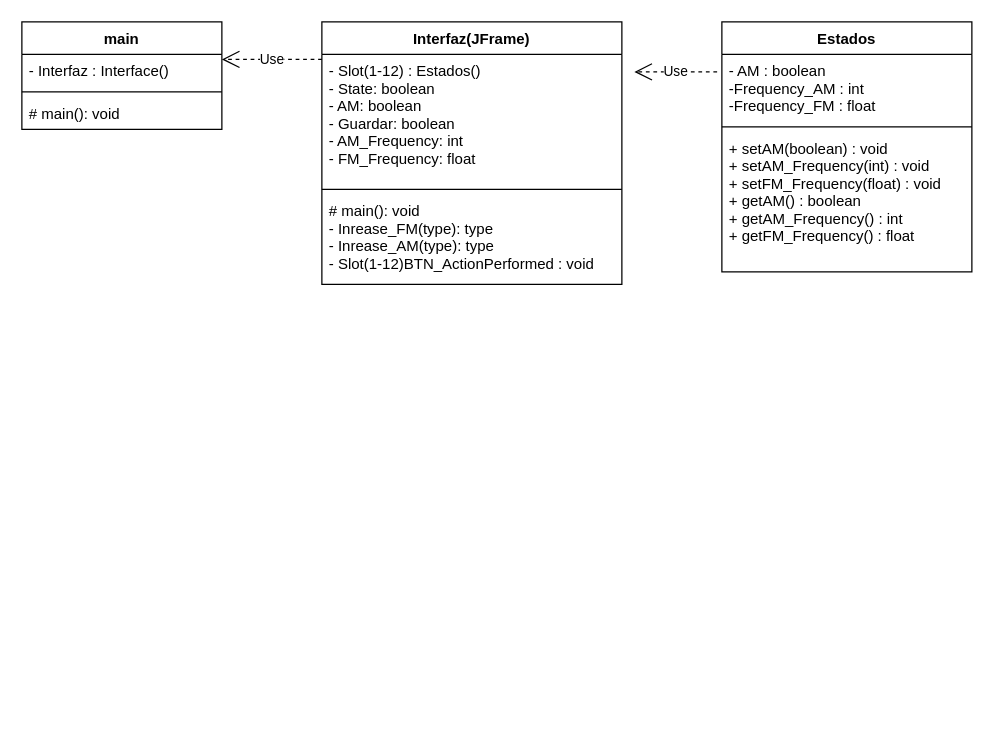
Above: UML.drawio in AleMar21430/Examen_OOP_ALM21430 (draw.io), before the change. Source tidied: cells renumbered, new cells numbered last; positions are measured from the earlier drawing's top-left corner, leaving out a move shared by most shapes. Both pictures are drawn from the tidied source at 125%, with x=0, y=0 at pixel (21, 21).
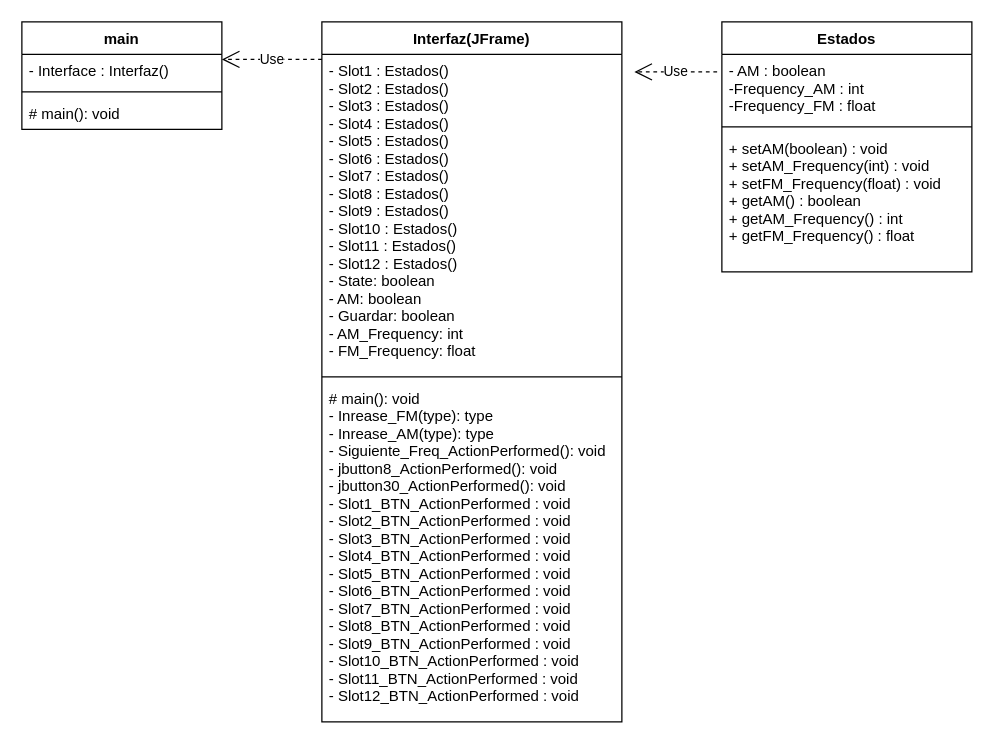
Above is the later version.

Diff of the diagram source:
```diff
@@
 <mxGraphModel>
   <root>
     <mxCell id="0" />
     <mxCell id="1" parent="0" />
     <mxCell id="2" value="main" style="swimlane;fontStyle=1;align=center;verticalAlign=top;horizontal=1;startSize=26;" parent="1" vertex="1">
       <mxGeometry width="160" height="86" as="geometry" />
     </mxCell>
-    <mxCell id="3" value="- Interfaz : Interface()" style="text;strokeColor=none;fillColor=none;align=left;verticalAlign=top;spacingLeft=4;spacingRight=4;overflow=hidden;" parent="2" vertex="1">
+    <mxCell id="3" value="- Interface : Interfaz()" style="text;strokeColor=none;fillColor=none;align=left;verticalAlign=top;spacingLeft=4;spacingRight=4;overflow=hidden;" parent="2" vertex="1">
       <mxGeometry y="26" width="160" height="26" as="geometry" />
     </mxCell>
     <mxCell id="4" style="line;strokeWidth=1;fillColor=none;align=left;verticalAlign=middle;spacingTop=-1;spacingLeft=3;spacingRight=3;labelPosition=right;strokeColor=inherit;" parent="2" vertex="1">
       <mxGeometry y="52" width="160" height="8" as="geometry" />
     </mxCell>
-    <mxCell id="5" value="# main(): void&#10;" style="text;strokeColor=none;fillColor=none;align=left;verticalAlign=top;spacingLeft=4;spacingRight=4;overflow=hidden;" parent="2" vertex="1">
+    <mxCell id="5" value="# main(): void" style="text;strokeColor=none;fillColor=none;align=left;verticalAlign=top;spacingLeft=4;spacingRight=4;overflow=hidden;" parent="2" vertex="1">
       <mxGeometry y="60" width="160" height="26" as="geometry" />
     </mxCell>
     <mxCell id="6" value="Interfaz(JFrame)" style="swimlane;fontStyle=1;align=center;verticalAlign=top;horizontal=1;startSize=26;" parent="1" vertex="1">
-      <mxGeometry x="240" width="240" height="210" as="geometry" />
+      <mxGeometry x="240" width="240" height="560" as="geometry" />
     </mxCell>
-    <mxCell id="7" value="- Slot(1-12) : Estados()&#10;- State: boolean&#10;- AM: boolean&#10;- Guardar: boolean&#10;- AM_Frequency: int&#10;- FM_Frequency: float" style="text;strokeColor=none;fillColor=none;align=left;verticalAlign=top;spacingLeft=4;spacingRight=4;overflow=hidden;" parent="6" vertex="1">
-      <mxGeometry y="26" width="240" height="104" as="geometry" />
+    <mxCell id="7" value="- Slot1 : Estados()&#10;- Slot2 : Estados()&#10;- Slot3 : Estados()&#10;- Slot4 : Estados()&#10;- Slot5 : Estados()&#10;- Slot6 : Estados()&#10;- Slot7 : Estados()&#10;- Slot8 : Estados()&#10;- Slot9 : Estados()&#10;- Slot10 : Estados()&#10;- Slot11 : Estados()&#10;- Slot12 : Estados()&#10;- State: boolean&#10;- AM: boolean&#10;- Guardar: boolean&#10;- AM_Frequency: int&#10;- FM_Frequency: float" style="text;strokeColor=none;fillColor=none;align=left;verticalAlign=top;spacingLeft=4;spacingRight=4;overflow=hidden;" parent="6" vertex="1">
+      <mxGeometry y="26" width="240" height="254" as="geometry" />
     </mxCell>
     <mxCell id="8" style="line;strokeWidth=1;fillColor=none;align=left;verticalAlign=middle;spacingTop=-1;spacingLeft=3;spacingRight=3;labelPosition=right;strokeColor=inherit;" parent="6" vertex="1">
-      <mxGeometry y="130" width="240" height="8" as="geometry" />
+      <mxGeometry y="280" width="240" height="8" as="geometry" />
     </mxCell>
-    <mxCell id="9" value="# main(): void&#10;- Inrease_FM(type): type&#10;- Inrease_AM(type): type&#10;- Slot(1-12)BTN_ActionPerformed : void" style="text;strokeColor=none;fillColor=none;align=left;verticalAlign=top;spacingLeft=4;spacingRight=4;overflow=hidden;" parent="6" vertex="1">
-      <mxGeometry y="138" width="240" height="72" as="geometry" />
+    <mxCell id="9" value="# main(): void&#10;- Inrease_FM(type): type&#10;- Inrease_AM(type): type&#10;- Siguiente_Freq_ActionPerformed(): void&#10;- jbutton8_ActionPerformed(): void&#10;- jbutton30_ActionPerformed(): void&#10;- Slot1_BTN_ActionPerformed : void&#10;- Slot2_BTN_ActionPerformed : void&#10;- Slot3_BTN_ActionPerformed : void&#10;- Slot4_BTN_ActionPerformed : void&#10;- Slot5_BTN_ActionPerformed : void&#10;- Slot6_BTN_ActionPerformed : void&#10;- Slot7_BTN_ActionPerformed : void&#10;- Slot8_BTN_ActionPerformed : void&#10;- Slot9_BTN_ActionPerformed : void&#10;- Slot10_BTN_ActionPerformed : void&#10;- Slot11_BTN_ActionPerformed : void&#10;- Slot12_BTN_ActionPerformed : void" style="text;strokeColor=none;fillColor=none;align=left;verticalAlign=top;spacingLeft=4;spacingRight=4;overflow=hidden;" parent="6" vertex="1">
+      <mxGeometry y="288" width="240" height="272" as="geometry" />
     </mxCell>
     <mxCell id="10" value="Estados" style="swimlane;fontStyle=1;align=center;verticalAlign=top;horizontal=1;startSize=26;" parent="1" vertex="1">
       <mxGeometry x="560" width="200" height="200" as="geometry" />
     </mxCell>
     <mxCell id="11" value="- AM : boolean&#10;-Frequency_AM : int&#10;-Frequency_FM : float" style="text;strokeColor=none;fillColor=none;align=left;verticalAlign=top;spacingLeft=4;spacingRight=4;overflow=hidden;points=[[0,0.5],[1,0.5]];portConstraint=eastwest;" parent="10" vertex="1">
       <mxGeometry y="26" width="200" height="54" as="geometry" />
     </mxCell>
     <mxCell id="12" style="line;strokeWidth=1;fillColor=none;align=left;verticalAlign=middle;spacingTop=-1;spacingLeft=3;spacingRight=3;labelPosition=right;strokeColor=inherit;" parent="10" vertex="1">
       <mxGeometry y="80" width="200" height="8" as="geometry" />
     </mxCell>
     <mxCell id="13" value="+ setAM(boolean) : void&#10;+ setAM_Frequency(int) : void&#10;+ setFM_Frequency(float) : void&#10;+ getAM() : boolean&#10;+ getAM_Frequency() : int&#10;+ getFM_Frequency() : float" style="text;strokeColor=none;fillColor=none;align=left;verticalAlign=top;spacingLeft=4;spacingRight=4;overflow=hidden;" parent="10" vertex="1">
       <mxGeometry y="88" width="200" height="112" as="geometry" />
     </mxCell>
     <mxCell id="14" value="Use" style="endArrow=open;endSize=12;dashed=1;html=1;rounded=0;exitX=-0.019;exitY=0.259;exitDx=0;exitDy=0;exitPerimeter=0;" parent="1" edge="1" source="11">
       <mxGeometry relative="1" as="geometry">
         <mxPoint x="490" y="40" as="targetPoint" />
       </mxGeometry>
     </mxCell>
     <mxCell id="15" value="Use" style="endArrow=open;endSize=12;dashed=1;html=1;rounded=0;" parent="1" edge="1">
       <mxGeometry relative="1" as="geometry">
         <mxPoint x="240" y="30" as="sourcePoint" />
         <mxPoint x="160" y="30" as="targetPoint" />
       </mxGeometry>
     </mxCell>
   </root>
 </mxGraphModel>
```
